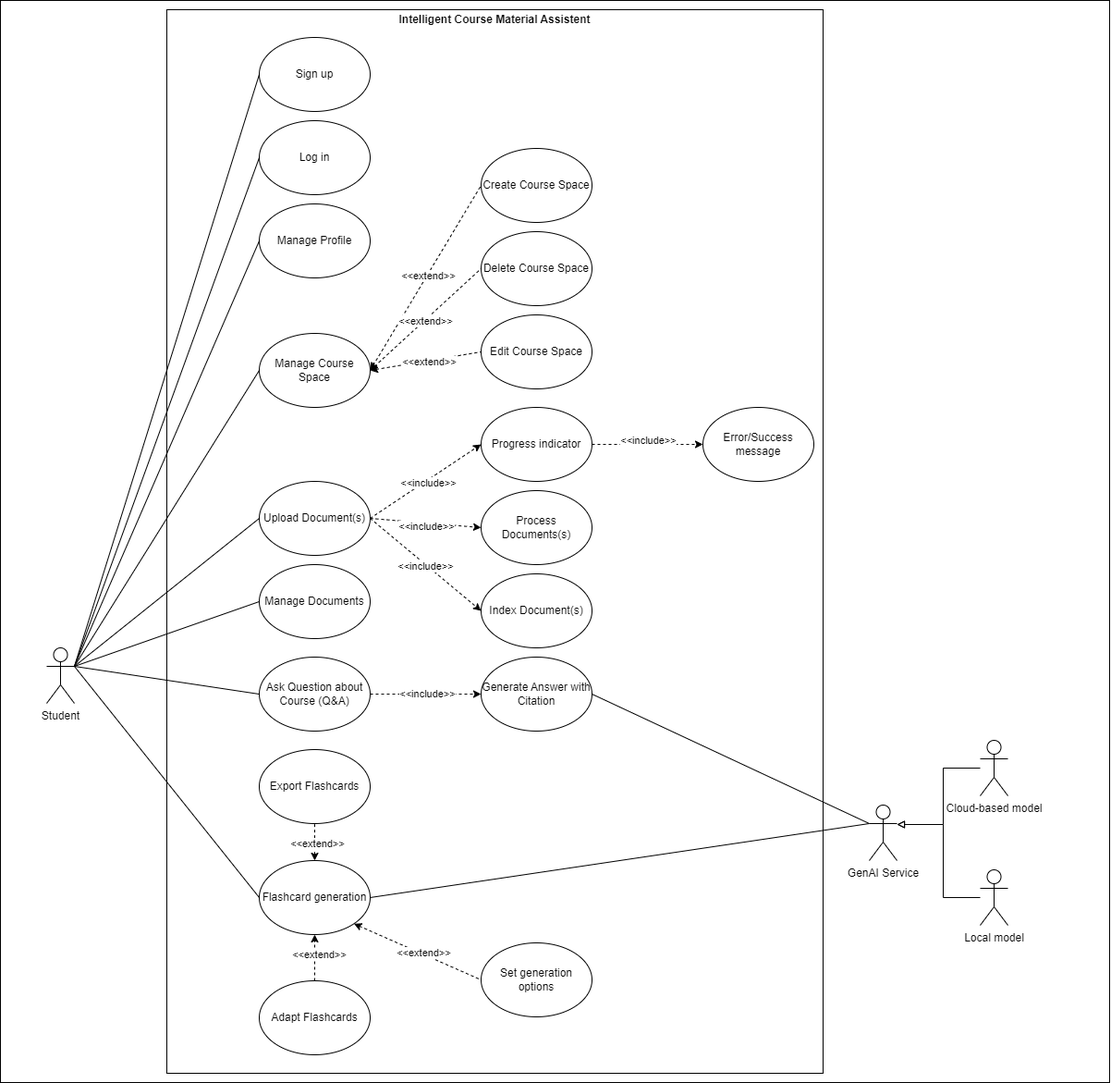
AET-DevOps25/team-LECture-bot keeps this draw.io diagram as docs/use-case-diagram.png. Above is the earlier version. Source tidied: cells renumbered, new cells last; positions are measured from the earlier drawing's top-left corner, leaving out a move shared by most shapes.
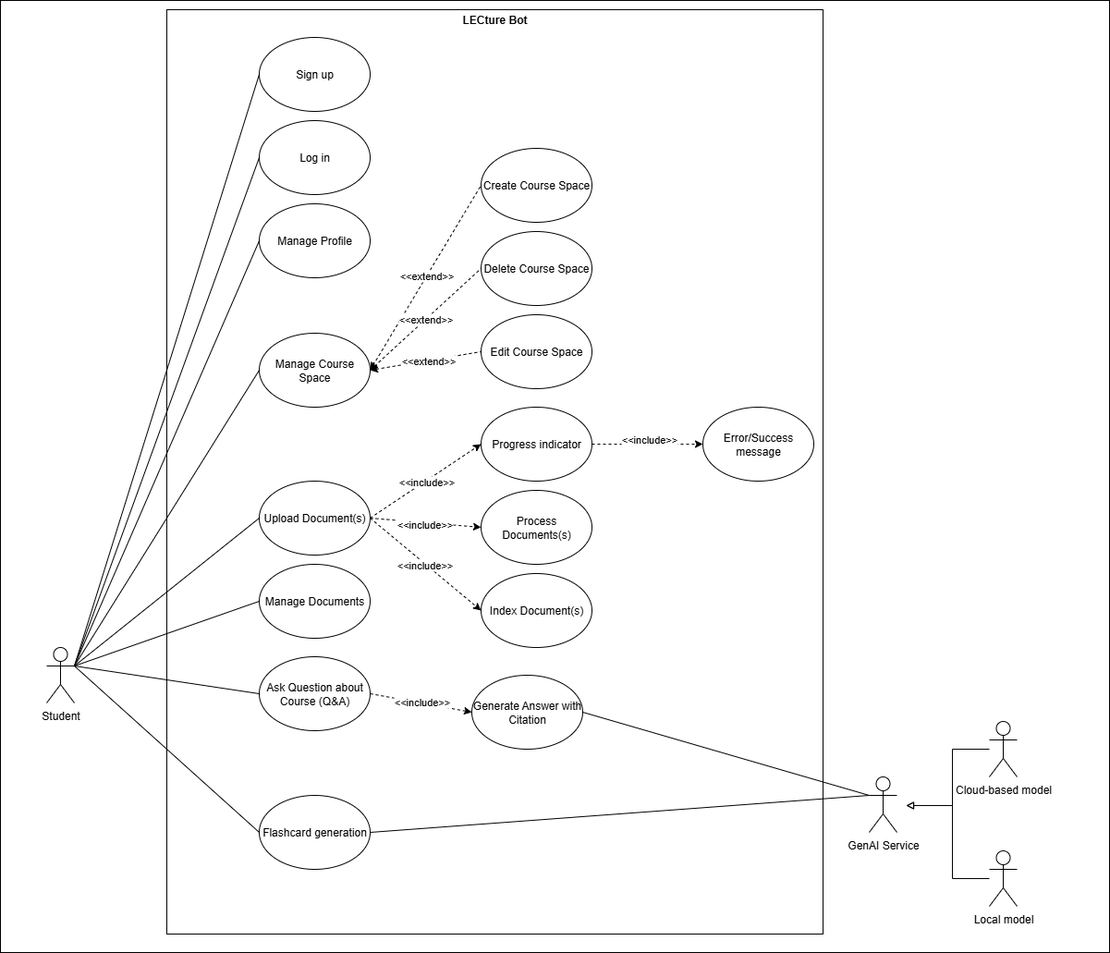
Above is the later version.

Commit message:
docs: updated docs folder with diagrams

What changed in the source:
```diff
@@ -3,10 +3,10 @@
     <mxCell id="0" />
     <mxCell id="1" parent="0" />
     <mxCell id="2" style="rounded=0;whiteSpace=wrap;html=1;" parent="1" vertex="1">
-      <mxGeometry width="1200" height="1170" as="geometry" />
+      <mxGeometry width="1200" height="1030" as="geometry" />
     </mxCell>
-    <mxCell id="3" value="&lt;p style=&quot;margin:0px;margin-top:4px;text-align:center;&quot;&gt;&lt;b&gt;Intelligent Course Material Assistent&lt;/b&gt;&lt;/p&gt;" style="verticalAlign=top;align=left;overflow=fill;html=1;whiteSpace=wrap;" parent="1" vertex="1">
-      <mxGeometry x="180" y="10" width="710" height="1150" as="geometry" />
+    <mxCell id="3" value="&lt;p style=&quot;margin:0px;margin-top:4px;text-align:center;&quot;&gt;&lt;b&gt;LECture Bot&lt;/b&gt;&lt;/p&gt;" style="verticalAlign=top;align=left;overflow=fill;html=1;whiteSpace=wrap;" parent="1" vertex="1">
+      <mxGeometry x="180" y="10" width="710" height="1000" as="geometry" />
     </mxCell>
     <mxCell id="4" style="edgeStyle=none;rounded=0;jettySize=auto;html=1;exitX=1;exitY=0.3333333333333333;exitDx=0;exitDy=0;exitPerimeter=0;entryX=0;entryY=0.5;entryDx=0;entryDy=0;endArrow=none;startFill=0;" parent="1" edge="1" source="14" target="17">
       <mxGeometry relative="1" as="geometry" />
@@ -26,12 +26,6 @@
     <mxCell id="9" style="edgeStyle=none;rounded=0;jettySize=auto;html=1;exitX=1;exitY=0.3333333333333333;exitDx=0;exitDy=0;exitPerimeter=0;entryX=0;entryY=0.5;entryDx=0;entryDy=0;endArrow=none;startFill=0;" parent="1" edge="1" source="14" target="37">
       <mxGeometry relative="1" as="geometry" />
     </mxCell>
-    <mxCell id="10" style="edgeStyle=none;rounded=0;jettySize=auto;html=1;exitX=0.5;exitY=0;exitDx=0;exitDy=0;entryX=0.5;entryY=1;entryDx=0;entryDy=0;endArrow=none;startFill=1;dashed=1;startArrow=classic;" parent="1" edge="1" source="37" target="38">
-      <mxGeometry relative="1" as="geometry" />
-    </mxCell>
-    <mxCell id="11" value="&amp;lt;&amp;lt;extend&amp;gt;&amp;gt;" style="edgeLabel;html=1;align=center;verticalAlign=middle;" parent="10" vertex="1">
-      <mxGeometry x="-0.01" y="-1" relative="1" as="geometry" />
-    </mxCell>
     <mxCell id="12" style="edgeStyle=none;rounded=0;jettySize=auto;html=1;exitX=1;exitY=0.3333333333333333;exitDx=0;exitDy=0;exitPerimeter=0;entryX=0;entryY=0.5;entryDx=0;entryDy=0;endArrow=none;startFill=0;" parent="1" edge="1" source="14" target="42">
       <mxGeometry relative="1" as="geometry" />
     </mxCell>
@@ -45,7 +39,7 @@
       <mxGeometry relative="1" as="geometry" />
     </mxCell>
     <mxCell id="16" value="GenAI Service" style="shape=umlActor;verticalLabelPosition=bottom;verticalAlign=top;html=1;outlineConnect=0;" parent="1" vertex="1">
-      <mxGeometry x="940" y="870" width="30" height="60" as="geometry" />
+      <mxGeometry x="940" y="840" width="30" height="60" as="geometry" />
     </mxCell>
     <mxCell id="17" value="Sign up" style="ellipse;whiteSpace=wrap;html=1;" parent="1" vertex="1">
       <mxGeometry x="280" y="40" width="120" height="80" as="geometry" />
@@ -103,21 +97,9 @@
     <mxCell id="34" value="Error/Success message" style="ellipse;whiteSpace=wrap;html=1;" parent="1" vertex="1">
       <mxGeometry x="760" y="440" width="120" height="80" as="geometry" />
     </mxCell>
-    <mxCell id="35" style="edgeStyle=none;rounded=0;jettySize=auto;html=1;exitX=1;exitY=1;exitDx=0;exitDy=0;entryX=0;entryY=0.5;entryDx=0;entryDy=0;dashed=1;startArrow=classic;startFill=1;endArrow=none;" parent="1" edge="1" source="37" target="39">
-      <mxGeometry relative="1" as="geometry" />
-    </mxCell>
-    <mxCell id="36" value="&amp;lt;&amp;lt;extend&amp;gt;&amp;gt;" style="edgeLabel;html=1;align=center;verticalAlign=middle;" parent="35" vertex="1">
-      <mxGeometry x="0.05" y="2" relative="1" as="geometry" />
-    </mxCell>
     <mxCell id="37" value="Flashcard generation" style="ellipse;whiteSpace=wrap;html=1;" parent="1" vertex="1">
-      <mxGeometry x="280" y="930" width="120" height="80" as="geometry" />
+      <mxGeometry x="280" y="860" width="120" height="80" as="geometry" />
     </mxCell>
-    <mxCell id="38" value="Export Flashcards" style="ellipse;whiteSpace=wrap;html=1;" parent="1" vertex="1">
-      <mxGeometry x="280" y="810" width="120" height="80" as="geometry" />
-    </mxCell>
-    <mxCell id="39" value="Set generation options" style="ellipse;whiteSpace=wrap;html=1;" parent="1" vertex="1">
-      <mxGeometry x="520" y="1019" width="120" height="80" as="geometry" />
-    </mxCell>
     <mxCell id="40" style="edgeStyle=none;rounded=0;jettySize=auto;html=1;exitX=1;exitY=0.5;exitDx=0;exitDy=0;entryX=0;entryY=0.5;entryDx=0;entryDy=0;endArrow=classic;startFill=0;dashed=1;endFill=1;" parent="1" edge="1" source="42" target="43">
       <mxGeometry relative="1" as="geometry" />
     </mxCell>
@@ -128,22 +110,22 @@
       <mxGeometry x="280" y="710" width="120" height="80" as="geometry" />
     </mxCell>
     <mxCell id="43" value="Generate Answer with Citation" style="ellipse;whiteSpace=wrap;html=1;" parent="1" vertex="1">
-      <mxGeometry x="520" y="710" width="120" height="80" as="geometry" />
+      <mxGeometry x="510" y="730" width="120" height="80" as="geometry" />
     </mxCell>
     <mxCell id="44" value="Cloud-based model" style="shape=umlActor;verticalLabelPosition=bottom;verticalAlign=top;html=1;outlineConnect=0;" parent="1" vertex="1">
-      <mxGeometry x="1060" y="800" width="30" height="60" as="geometry" />
+      <mxGeometry x="1070" y="780" width="30" height="60" as="geometry" />
     </mxCell>
     <mxCell id="45" style="edgeStyle=orthogonalEdgeStyle;rounded=0;jettySize=auto;html=1;endArrow=block;endFill=0;" parent="1" edge="1" source="46">
       <mxGeometry relative="1" as="geometry">
-        <mxPoint x="970" y="891" as="targetPoint" />
+        <mxPoint x="980" y="871" as="targetPoint" />
         <Array as="points">
-          <mxPoint x="1020" y="970" />
-          <mxPoint x="1020" y="891" />
+          <mxPoint x="1030" y="950" />
+          <mxPoint x="1030" y="871" />
         </Array>
       </mxGeometry>
     </mxCell>
     <mxCell id="46" value="Local model" style="shape=umlActor;verticalLabelPosition=bottom;verticalAlign=top;html=1;outlineConnect=0;" parent="1" vertex="1">
-      <mxGeometry x="1060" y="940" width="30" height="60" as="geometry" />
+      <mxGeometry x="1070" y="920" width="30" height="60" as="geometry" />
     </mxCell>
     <mxCell id="47" style="edgeStyle=none;rounded=0;jettySize=auto;html=1;exitX=1;exitY=0.5;exitDx=0;exitDy=0;entryX=0;entryY=0.3333333333333333;entryDx=0;entryDy=0;entryPerimeter=0;endArrow=none;startFill=0;" parent="1" edge="1" source="43" target="16">
       <mxGeometry relative="1" as="geometry" />
@@ -151,21 +133,12 @@
     <mxCell id="48" value="Delete Course Space" style="ellipse;whiteSpace=wrap;html=1;" parent="1" vertex="1">
       <mxGeometry x="520" y="250" width="120" height="80" as="geometry" />
     </mxCell>
-    <mxCell id="49" style="edgeStyle=none;html=1;exitX=0.5;exitY=0;exitDx=0;exitDy=0;entryX=0.5;entryY=1;entryDx=0;entryDy=0;dashed=1;" parent="1" edge="1" source="51" target="37">
-      <mxGeometry relative="1" as="geometry" />
-    </mxCell>
-    <mxCell id="50" value="&amp;lt;&amp;lt;extend&amp;gt;&amp;gt;" style="edgeLabel;html=1;align=center;verticalAlign=middle;" parent="49" vertex="1">
-      <mxGeometry x="0.16" y="-3" relative="1" as="geometry" />
-    </mxCell>
-    <mxCell id="51" value="Adapt Flashcards" style="ellipse;whiteSpace=wrap;html=1;" parent="1" vertex="1">
-      <mxGeometry x="280" y="1060" width="120" height="80" as="geometry" />
-    </mxCell>
     <mxCell id="52" style="edgeStyle=orthogonalEdgeStyle;rounded=0;jettySize=auto;html=1;endArrow=block;endFill=0;" parent="1" edge="1" source="44">
       <mxGeometry relative="1" as="geometry">
-        <mxPoint x="970" y="891" as="targetPoint" />
+        <mxPoint x="980" y="871" as="targetPoint" />
         <Array as="points">
-          <mxPoint x="1020" y="830" />
-          <mxPoint x="1020" y="891" />
+          <mxPoint x="1030" y="810" />
+          <mxPoint x="1030" y="871" />
         </Array>
       </mxGeometry>
     </mxCell>
@@ -193,5 +166,8 @@
     <mxCell id="60" value="Edit Course Space" style="ellipse;whiteSpace=wrap;html=1;" parent="1" vertex="1">
       <mxGeometry x="520" y="340" width="120" height="80" as="geometry" />
     </mxCell>
+    <mxCell id="61" style="edgeStyle=orthogonalEdgeStyle;rounded=0;orthogonalLoop=1;jettySize=auto;html=1;exitX=0.5;exitY=1;exitDx=0;exitDy=0;" parent="1" edge="1" source="3" target="3">
+      <mxGeometry relative="1" as="geometry" />
+    </mxCell>
   </root>
 </mxGraphModel>
```
